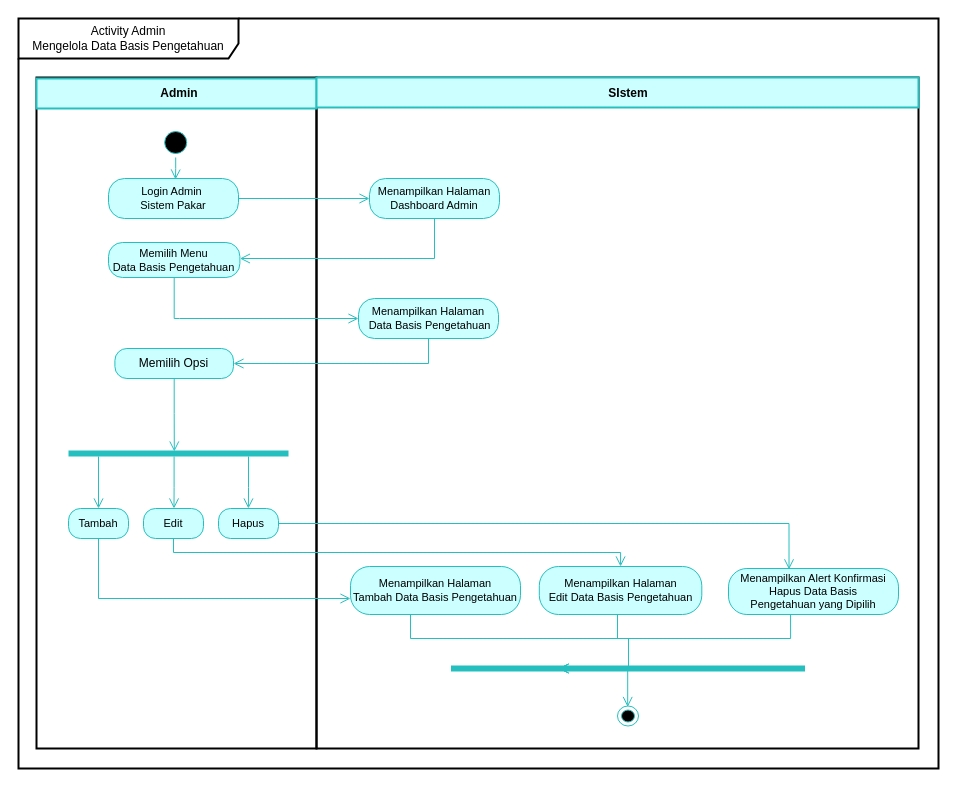
Before: page "Halaman-9" (9 of 32) of Diagram Tanpa Judul.drawio in RyanRamadhan11/drawio, a draw.io diagram. Source tidied: cells renumbered, new cells numbered last; positions are measured from the earlier drawing's top-left corner, leaving out a move shared by most shapes. Both pictures are drawn from the tidied source at 100%, with x=0, y=0 at pixel (18, 18).
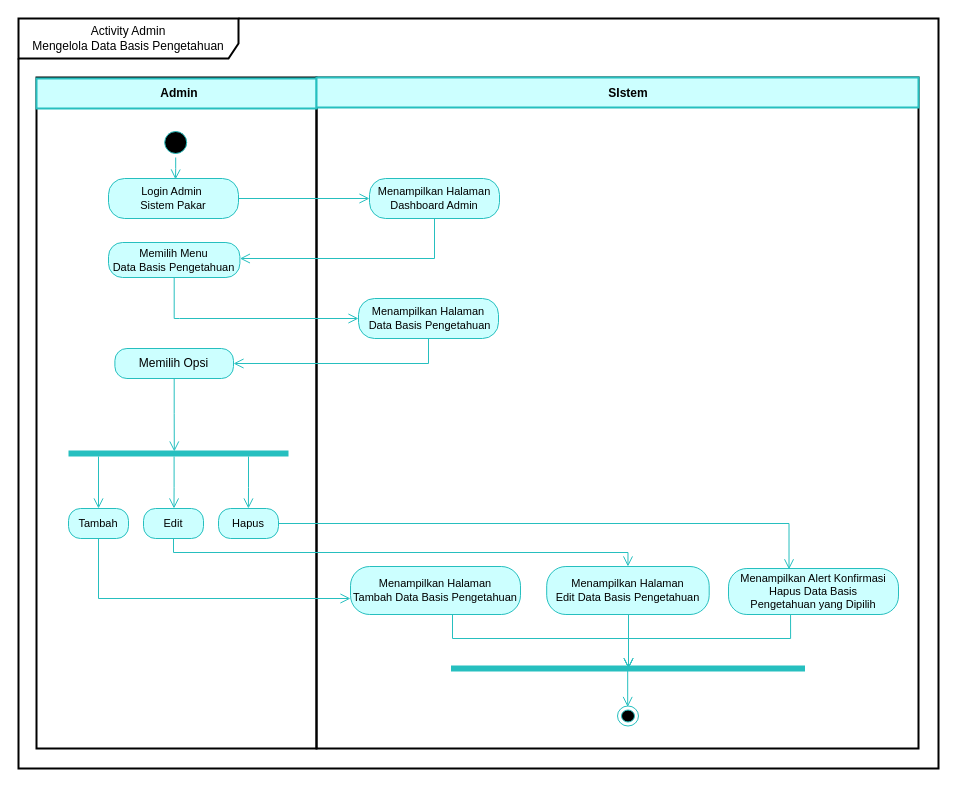
The same diagram, later.

Unchanged cells that the change refers to:
```xml
<mxCell id="20" value="Menampilkan Halaman&lt;br style=&quot;border-color: var(--border-color);&quot;&gt;Tambah Data&amp;nbsp;Basis Pengetahuan" style="rounded=1;whiteSpace=wrap;html=1;arcSize=40;fontColor=#000000;fillColor=#CCFFFF;strokeColor=#26BFBF;fontSize=11;" parent="1" vertex="1">
  <mxGeometry x="332" y="548" width="170" height="48" as="geometry" />
</mxCell>
<mxCell id="35" value="Menampilkan Alert Konfirmasi Hapus Data&amp;nbsp;Basis &lt;br&gt;Pengetahuan yang Dipilih" style="rounded=1;whiteSpace=wrap;html=1;arcSize=40;fontColor=#000000;fillColor=#CCFFFF;strokeColor=#26BFBF;fontSize=11;" parent="1" vertex="1">
  <mxGeometry x="710" y="550" width="170" height="46" as="geometry" />
</mxCell>
```

The edit, as a diff of the source:
```diff
@@
     <mxCell id="21" value="Menampilkan Halaman&lt;br style=&quot;border-color: var(--border-color); font-size: 11px;&quot;&gt;&lt;span style=&quot;font-size: 11px;&quot;&gt;Edit Data&amp;nbsp;&lt;/span&gt;Basis Pengetahuan" style="rounded=1;whiteSpace=wrap;html=1;arcSize=40;fontColor=#000000;fillColor=#CCFFFF;strokeColor=#26BFBF;fontSize=11;" parent="1" vertex="1">
-      <mxGeometry x="520.8" y="548" width="162.5" height="48" as="geometry" />
+      <mxGeometry x="528.2" y="548" width="162.5" height="48" as="geometry" />
     </mxCell>
@@
-    <mxCell id="37" style="edgeStyle=orthogonalEdgeStyle;html=1;verticalAlign=bottom;endArrow=open;endSize=8;strokeColor=#26BFBF;rounded=0;" parent="1" edge="1" source="20">
-      <mxGeometry relative="1" as="geometry">
-        <mxPoint x="540" y="650" as="targetPoint" />
-        <Array as="points">
-          <mxPoint x="392" y="620" />
-          <mxPoint x="610" y="620" />
-          <mxPoint x="610" y="650" />
-        </Array>
-      </mxGeometry>
-    </mxCell>
-    <mxCell id="38" style="edgeStyle=orthogonalEdgeStyle;html=1;verticalAlign=bottom;endArrow=open;endSize=8;strokeColor=#26BFBF;rounded=0;" parent="1" edge="1" source="21">
-      <mxGeometry relative="1" as="geometry">
-        <mxPoint x="540" y="650" as="targetPoint" />
-        <Array as="points">
-          <mxPoint x="599" y="620" />
-          <mxPoint x="610" y="620" />
-          <mxPoint x="610" y="650" />
-        </Array>
-      </mxGeometry>
-    </mxCell>
     <mxCell id="39" style="edgeStyle=orthogonalEdgeStyle;html=1;verticalAlign=bottom;endArrow=open;endSize=8;strokeColor=#26BFBF;rounded=0;exitX=0.365;exitY=1.012;exitDx=0;exitDy=0;exitPerimeter=0;" parent="1" edge="1" source="35">
       <mxGeometry relative="1" as="geometry">
-        <mxPoint x="540" y="650" as="targetPoint" />
+        <mxPoint x="610" y="650" as="targetPoint" />
         <Array as="points">
           <mxPoint x="772" y="620" />
           <mxPoint x="610" y="620" />
           <mxPoint x="610" y="650" />
         </Array>
       </mxGeometry>
     </mxCell>
+    <mxCell id="40" style="edgeStyle=orthogonalEdgeStyle;html=1;verticalAlign=bottom;endArrow=open;endSize=8;strokeColor=#26BFBF;rounded=0;" parent="1" edge="1">
+      <mxGeometry relative="1" as="geometry">
+        <mxPoint x="610" y="596" as="sourcePoint" />
+        <mxPoint x="610" y="650" as="targetPoint" />
+        <Array as="points">
+          <mxPoint x="610.2" y="595.5" />
+        </Array>
+      </mxGeometry>
+    </mxCell>
+    <mxCell id="41" style="edgeStyle=orthogonalEdgeStyle;html=1;verticalAlign=bottom;endArrow=open;endSize=8;strokeColor=#26BFBF;rounded=0;" parent="1" edge="1" source="20">
+      <mxGeometry relative="1" as="geometry">
+        <mxPoint x="610" y="650" as="targetPoint" />
+        <Array as="points">
+          <mxPoint x="434" y="620" />
+          <mxPoint x="610" y="620" />
+        </Array>
+      </mxGeometry>
+    </mxCell>
```
